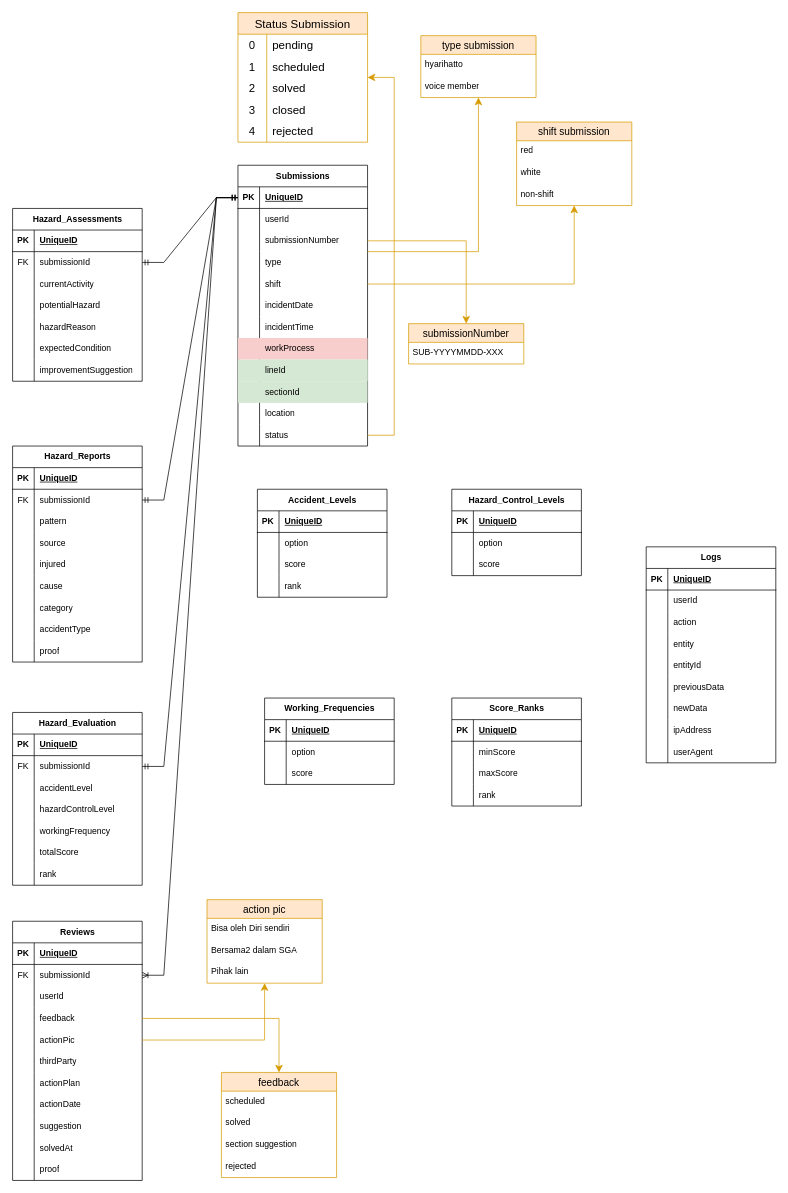
Before: page "ERD" (2 of 2) of sys_design/Flow_ERD.drawio in bagususwanto/think-forward, a draw.io diagram. Source tidied: cells renumbered, new cells numbered last; positions are measured from the earlier drawing's top-left corner, leaving out a move shared by most shapes. Both pictures are drawn from the tidied source at 72%, with x=0, y=0 at pixel (12, 12).
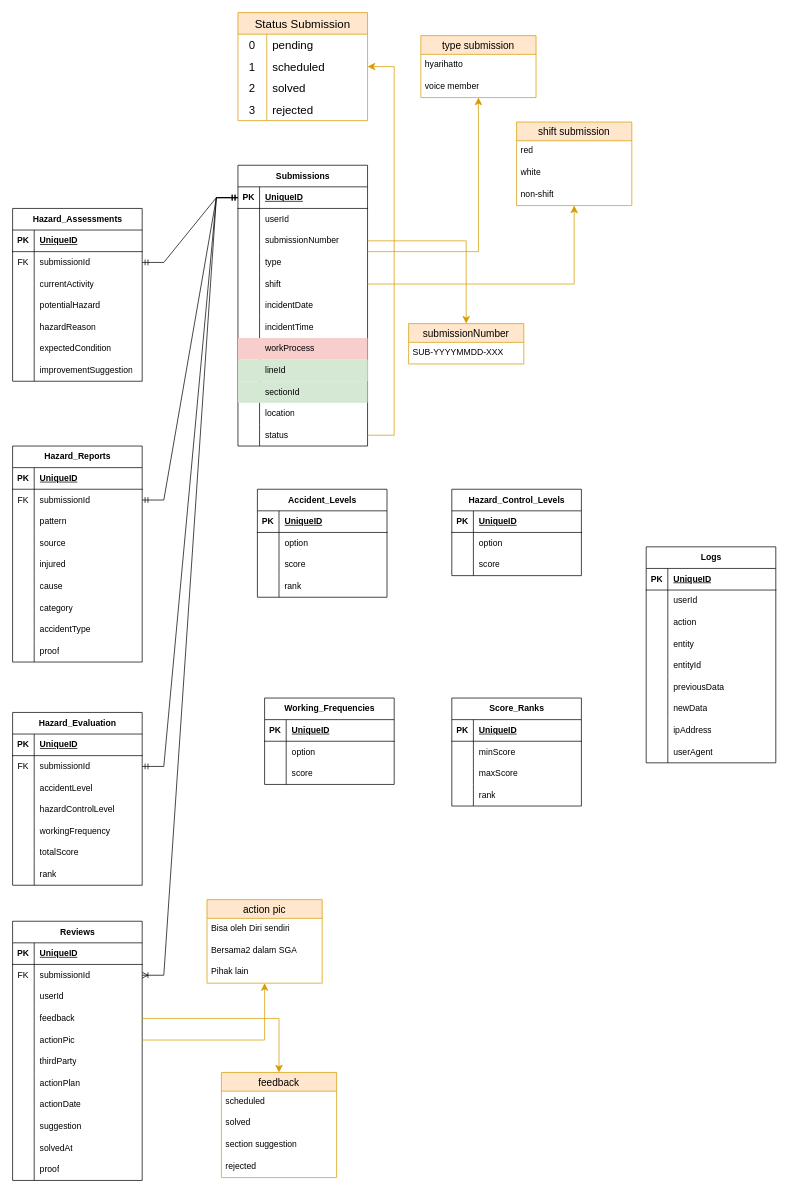
The same page after the edit.

Change to the diagram source:
```diff
@@
     <mxCell id="241" value="Status Submission" style="shape=table;startSize=30;childLayout=tableLayout;rowLines=0;fontStyle=0;strokeColor=#d79b00;fontSize=16;fillColor=#ffe6cc;" parent="1" vertex="1">
-      <mxGeometry x="313" width="180" height="180" as="geometry" />
+      <mxGeometry x="313" width="180" height="150" as="geometry" />
     </mxCell>
@@
-    <mxCell id="251" style="shape=tableRow;horizontal=0;startSize=0;swimlaneHead=0;swimlaneBody=0;top=0;left=0;bottom=0;right=0;fillColor=none;strokeColor=inherit;fontSize=16;" parent="241" vertex="1">
-      <mxGeometry y="120" width="180" height="30" as="geometry" />
-    </mxCell>
-    <mxCell id="252" value="3" style="shape=partialRectangle;html=1;whiteSpace=wrap;fillColor=none;top=0;left=0;bottom=0;right=0;overflow=hidden;strokeColor=inherit;fontSize=16;" parent="251" vertex="1">
-      <mxGeometry width="40" height="30" as="geometry" />
-    </mxCell>
-    <mxCell id="253" value="closed" style="shape=partialRectangle;html=1;whiteSpace=wrap;fillColor=none;top=0;left=0;bottom=0;right=0;align=left;spacingLeft=6;overflow=hidden;strokeColor=inherit;fontSize=16;" parent="251" vertex="1">
-      <mxGeometry x="40" width="140" height="30" as="geometry" />
-    </mxCell>
     <mxCell id="254" style="shape=tableRow;horizontal=0;startSize=0;swimlaneHead=0;swimlaneBody=0;top=0;left=0;bottom=0;right=0;fillColor=none;strokeColor=inherit;fontSize=16;" parent="241" vertex="1">
-      <mxGeometry y="150" width="180" height="30" as="geometry" />
+      <mxGeometry y="120" width="180" height="30" as="geometry" />
     </mxCell>
-    <mxCell id="255" value="4" style="shape=partialRectangle;html=1;whiteSpace=wrap;fillColor=none;top=0;left=0;bottom=0;right=0;overflow=hidden;strokeColor=inherit;fontSize=16;" parent="254" vertex="1">
+    <mxCell id="255" value="3" style="shape=partialRectangle;html=1;whiteSpace=wrap;fillColor=none;top=0;left=0;bottom=0;right=0;overflow=hidden;strokeColor=inherit;fontSize=16;" parent="254" vertex="1">
       <mxGeometry width="40" height="30" as="geometry" />
     </mxCell>
```
